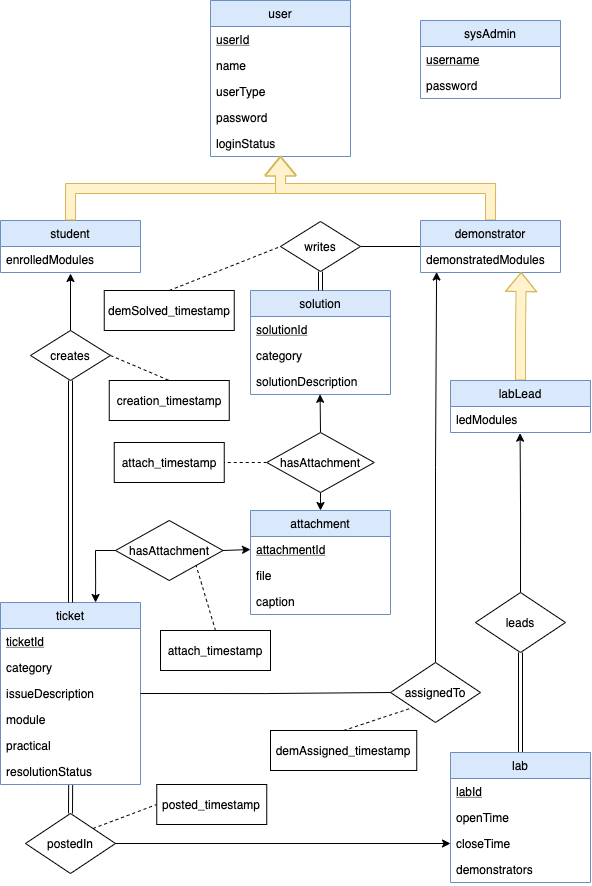
Earlier version of the draw.io export 7design/images/ER.png (mrjackmclean/managingLabsWriteUp). Source tidied: cells renumbered, new cells last; positions are measured from the earlier drawing's top-left corner, leaving out a move shared by most shapes.
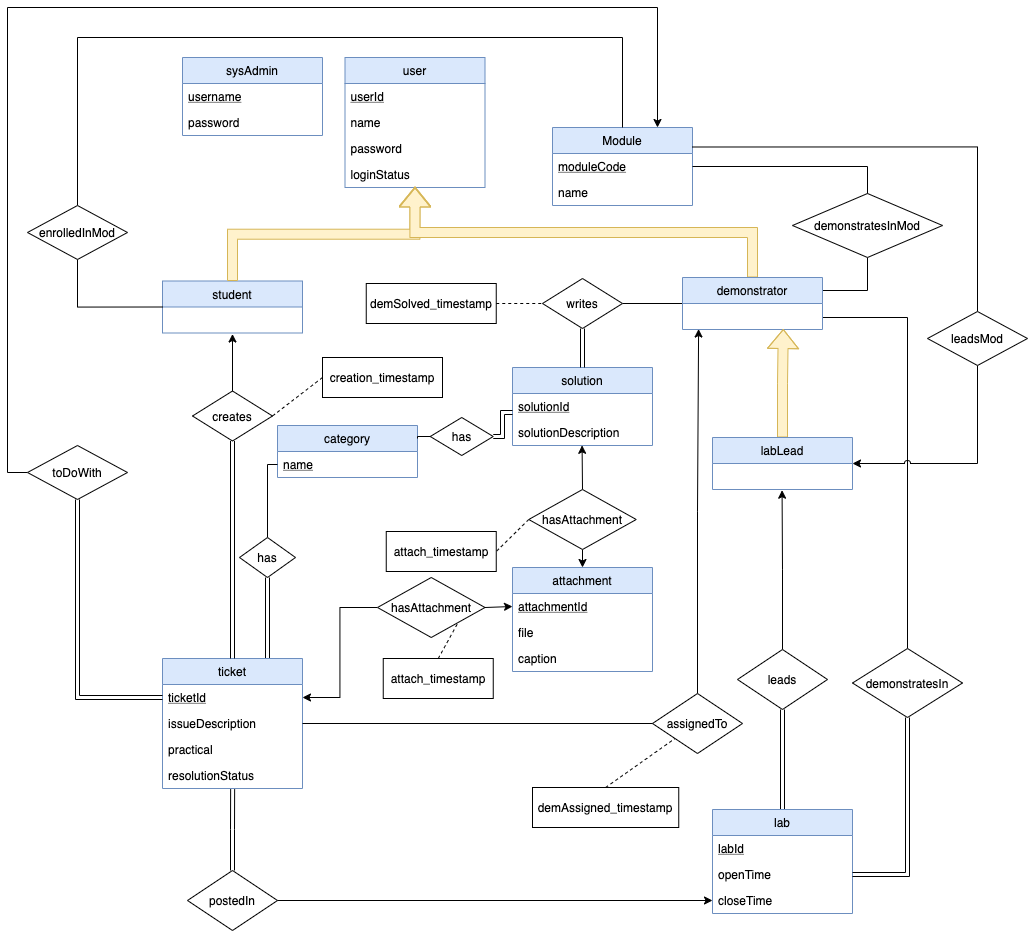
Later version of the same file.

Diff of the diagram source:
```diff
@@ -5,9 +5,6 @@
     <mxCell id="2" value="student" style="swimlane;fontStyle=0;horizontal=1;startSize=26;fillColor=#dae8fc;strokeColor=#6c8ebf;" parent="1" vertex="1">
-      <mxGeometry y="220" width="140" height="52" as="geometry" />
+      <mxGeometry x="-100" y="223.5" width="140" height="52" as="geometry" />
     </mxCell>
-    <mxCell id="3" value="enrolledModules" style="text;strokeColor=none;fillColor=none;align=left;verticalAlign=top;spacingLeft=4;spacingRight=4;overflow=hidden;points=[[0,0.5],[1,0.5]];portConstraint=eastwest;" parent="2" vertex="1">
-      <mxGeometry y="26" width="140" height="26" as="geometry" />
-    </mxCell>
     <mxCell id="4" value="user" style="swimlane;fontStyle=0;horizontal=1;startSize=26;fillColor=#dae8fc;strokeColor=#6c8ebf;" parent="1" vertex="1">
-      <mxGeometry x="210" width="140" height="156" as="geometry" />
+      <mxGeometry x="82.5" width="140" height="130" as="geometry" />
     </mxCell>
@@ -19,10 +16,7 @@
     </mxCell>
-    <mxCell id="7" value="userType" style="text;strokeColor=none;fillColor=none;align=left;verticalAlign=top;spacingLeft=4;spacingRight=4;overflow=hidden;" parent="4" vertex="1">
-      <mxGeometry y="78" width="140" height="26" as="geometry" />
-    </mxCell>
     <mxCell id="8" value="password" style="text;strokeColor=none;fillColor=none;align=left;verticalAlign=top;spacingLeft=4;spacingRight=4;overflow=hidden;" parent="4" vertex="1">
-      <mxGeometry y="104" width="140" height="26" as="geometry" />
+      <mxGeometry y="78" width="140" height="26" as="geometry" />
     </mxCell>
     <mxCell id="9" value="loginStatus" style="text;strokeColor=none;fillColor=none;align=left;verticalAlign=top;spacingLeft=4;spacingRight=4;overflow=hidden;points=[[0,0.5],[1,0.5]];portConstraint=eastwest;" parent="4" vertex="1">
-      <mxGeometry y="130" width="140" height="26" as="geometry" />
+      <mxGeometry y="104" width="140" height="26" as="geometry" />
     </mxCell>
@@ -37,2 +31,10 @@
     </mxCell>
+    <mxCell id="73" style="edgeStyle=orthogonalEdgeStyle;rounded=0;jettySize=auto;html=1;entryX=0.5;entryY=0;entryDx=0;entryDy=0;endArrow=none;endFill=0;" parent="1" edge="1" target="86">
+      <mxGeometry relative="1" as="geometry">
+        <mxPoint x="560" y="260" as="sourcePoint" />
+      </mxGeometry>
+    </mxCell>
+    <mxCell id="74" style="edgeStyle=orthogonalEdgeStyle;rounded=0;jumpStyle=arc;jettySize=auto;html=1;exitX=1;exitY=0.25;exitDx=0;exitDy=0;entryX=0.5;entryY=1;entryDx=0;entryDy=0;startArrow=none;startFill=0;endArrow=none;endFill=0;" parent="1" edge="1" source="13" target="94">
+      <mxGeometry relative="1" as="geometry" />
+    </mxCell>
     <mxCell id="13" value="demonstrator" style="swimlane;fontStyle=0;horizontal=1;startSize=26;fillColor=#dae8fc;strokeColor=#6c8ebf;" parent="1" vertex="1">
@@ -40,8 +42,10 @@
     </mxCell>
-    <mxCell id="14" value="demonstratedModules" style="text;strokeColor=none;fillColor=none;align=left;verticalAlign=top;spacingLeft=4;spacingRight=4;overflow=hidden;points=[[0,0.5],[1,0.5]];portConstraint=eastwest;" parent="13" vertex="1">
-      <mxGeometry y="26" width="140" height="26" as="geometry" />
-    </mxCell>
-    <mxCell id="15" style="edgeStyle=orthogonalEdgeStyle;rounded=0;jettySize=auto;html=1;exitX=0.5;exitY=0;exitDx=0;exitDy=0;entryX=0.72;entryY=0.982;entryDx=0;entryDy=0;entryPerimeter=0;endArrow=block;endFill=0;shape=flexArrow;fillColor=#fff2cc;strokeColor=#d6b656;" parent="1" edge="1" source="16" target="14">
-      <mxGeometry relative="1" as="geometry" />
+    <mxCell id="15" style="edgeStyle=orthogonalEdgeStyle;rounded=0;jettySize=auto;html=1;exitX=0.5;exitY=0;exitDx=0;exitDy=0;entryX=0.72;entryY=0.982;entryDx=0;entryDy=0;entryPerimeter=0;endArrow=block;endFill=0;shape=flexArrow;fillColor=#fff2cc;strokeColor=#d6b656;" parent="1" edge="1" source="16">
+      <mxGeometry relative="1" as="geometry">
+        <mxPoint x="520.8" y="271.5" as="targetPoint" />
+      </mxGeometry>
     </mxCell>
+    <mxCell id="75" style="edgeStyle=orthogonalEdgeStyle;rounded=0;jettySize=auto;html=1;exitX=1;exitY=0.5;exitDx=0;exitDy=0;entryX=0.5;entryY=1;entryDx=0;entryDy=0;endArrow=none;endFill=0;jumpStyle=arc;startArrow=classic;startFill=1;" parent="1" edge="1" source="16" target="96">
+      <mxGeometry relative="1" as="geometry" />
+    </mxCell>
     <mxCell id="16" value="labLead" style="swimlane;fontStyle=0;horizontal=1;startSize=26;fillColor=#dae8fc;strokeColor=#6c8ebf;" parent="1" vertex="1">
@@ -49,7 +53,4 @@
     </mxCell>
-    <mxCell id="17" value="ledModules" style="text;strokeColor=none;fillColor=none;align=left;verticalAlign=top;spacingLeft=4;spacingRight=4;overflow=hidden;points=[[0,0.5],[1,0.5]];portConstraint=eastwest;" parent="16" vertex="1">
-      <mxGeometry y="26" width="140" height="26" as="geometry" />
-    </mxCell>
     <mxCell id="18" value="sysAdmin" style="swimlane;fontStyle=0;horizontal=1;startSize=26;fillColor=#dae8fc;strokeColor=#6c8ebf;" parent="1" vertex="1">
-      <mxGeometry x="420" y="20" width="140" height="78" as="geometry" />
+      <mxGeometry x="-80" width="140" height="78" as="geometry" />
     </mxCell>
@@ -61,7 +62,7 @@
     </mxCell>
-    <mxCell id="21" style="edgeStyle=orthogonalEdgeStyle;rounded=0;jettySize=auto;html=1;exitX=0.679;exitY=0;exitDx=0;exitDy=0;entryX=0;entryY=0.5;entryDx=0;entryDy=0;endArrow=none;endFill=0;exitPerimeter=0;startArrow=classic;startFill=1;" parent="1" edge="1" source="22" target="59">
-      <mxGeometry relative="1" as="geometry" />
-    </mxCell>
+    <mxCell id="76" style="edgeStyle=orthogonalEdgeStyle;rounded=0;jettySize=auto;html=1;exitX=0.75;exitY=0;exitDx=0;exitDy=0;entryX=0.5;entryY=1;entryDx=0;entryDy=0;endArrow=none;endFill=0;shape=link;" parent="1" edge="1" source="22" target="81">
+      <mxGeometry relative="1" as="geometry" />
+    </mxCell>
     <mxCell id="22" value="ticket" style="swimlane;fontStyle=0;horizontal=1;startSize=26;fillColor=#dae8fc;strokeColor=#6c8ebf;" parent="1" vertex="1">
-      <mxGeometry y="602" width="140" height="182" as="geometry" />
+      <mxGeometry x="-100" y="601" width="140" height="130" as="geometry" />
     </mxCell>
@@ -70,16 +71,10 @@
     </mxCell>
-    <mxCell id="24" value="category" style="text;strokeColor=none;fillColor=none;align=left;verticalAlign=top;spacingLeft=4;spacingRight=4;overflow=hidden;" parent="22" vertex="1">
-      <mxGeometry y="52" width="140" height="26" as="geometry" />
-    </mxCell>
     <mxCell id="25" value="issueDescription" style="text;strokeColor=none;fillColor=none;align=left;verticalAlign=top;spacingLeft=4;spacingRight=4;overflow=hidden;points=[[0,0.5],[1,0.5]];portConstraint=eastwest;" parent="22" vertex="1">
-      <mxGeometry y="78" width="140" height="26" as="geometry" />
+      <mxGeometry y="52" width="140" height="26" as="geometry" />
     </mxCell>
-    <mxCell id="26" value="module" style="text;strokeColor=none;fillColor=none;align=left;verticalAlign=top;spacingLeft=4;spacingRight=4;overflow=hidden;" parent="22" vertex="1">
-      <mxGeometry y="104" width="140" height="26" as="geometry" />
-    </mxCell>
     <mxCell id="27" value="practical" style="text;strokeColor=none;fillColor=none;align=left;verticalAlign=top;spacingLeft=4;spacingRight=4;overflow=hidden;" parent="22" vertex="1">
-      <mxGeometry y="130" width="140" height="26" as="geometry" />
+      <mxGeometry y="78" width="140" height="26" as="geometry" />
     </mxCell>
     <mxCell id="28" value="resolutionStatus" style="text;strokeColor=none;fillColor=none;align=left;verticalAlign=top;spacingLeft=4;spacingRight=4;overflow=hidden;points=[[0,0.5],[1,0.5]];portConstraint=eastwest;" parent="22" vertex="1">
-      <mxGeometry y="156" width="140" height="26" as="geometry" />
+      <mxGeometry y="104" width="140" height="26" as="geometry" />
     </mxCell>
@@ -101,3 +96,3 @@
     <mxCell id="34" value="lab" style="swimlane;fontStyle=0;horizontal=1;startSize=26;fillColor=#dae8fc;strokeColor=#6c8ebf;" parent="1" vertex="1">
-      <mxGeometry x="450" y="752" width="140" height="130" as="geometry" />
+      <mxGeometry x="450" y="752" width="140" height="104" as="geometry" />
     </mxCell>
@@ -112,7 +107,4 @@
     </mxCell>
-    <mxCell id="38" value="demonstrators" style="text;strokeColor=none;fillColor=none;align=left;verticalAlign=top;spacingLeft=4;spacingRight=4;overflow=hidden;" parent="34" vertex="1">
-      <mxGeometry y="104" width="140" height="26" as="geometry" />
-    </mxCell>
     <mxCell id="39" value="solution" style="swimlane;fontStyle=0;horizontal=1;startSize=26;fillColor=#dae8fc;strokeColor=#6c8ebf;" parent="1" vertex="1">
-      <mxGeometry x="250" y="290" width="140" height="104" as="geometry" />
+      <mxGeometry x="250" y="310" width="140" height="78" as="geometry" />
     </mxCell>
@@ -121,10 +113,9 @@
     </mxCell>
-    <mxCell id="41" value="category" style="text;strokeColor=none;fillColor=none;align=left;verticalAlign=top;spacingLeft=4;spacingRight=4;overflow=hidden;" parent="39" vertex="1">
-      <mxGeometry y="52" width="140" height="26" as="geometry" />
-    </mxCell>
     <mxCell id="42" value="solutionDescription" style="text;strokeColor=none;fillColor=none;align=left;verticalAlign=top;spacingLeft=4;spacingRight=4;overflow=hidden;points=[[0,0.5],[1,0.5]];portConstraint=eastwest;" parent="39" vertex="1">
-      <mxGeometry y="78" width="140" height="26" as="geometry" />
+      <mxGeometry y="52" width="140" height="26" as="geometry" />
     </mxCell>
-    <mxCell id="43" style="edgeStyle=orthogonalEdgeStyle;rounded=0;jettySize=auto;html=1;exitX=0.5;exitY=0;exitDx=0;exitDy=0;entryX=0.5;entryY=1.038;entryDx=0;entryDy=0;entryPerimeter=0;endArrow=classic;endFill=1;" parent="1" edge="1" source="46" target="3">
-      <mxGeometry relative="1" as="geometry" />
+    <mxCell id="43" style="edgeStyle=orthogonalEdgeStyle;rounded=0;jettySize=auto;html=1;exitX=0.5;exitY=0;exitDx=0;exitDy=0;entryX=0.5;entryY=1.038;entryDx=0;entryDy=0;entryPerimeter=0;endArrow=classic;endFill=1;" parent="1" edge="1" source="46">
+      <mxGeometry relative="1" as="geometry">
+        <mxPoint x="-30" y="276.5" as="targetPoint" />
+      </mxGeometry>
     </mxCell>
@@ -133,3 +124,3 @@
     </mxCell>
-    <mxCell id="45" style="edgeStyle=none;rounded=0;jettySize=auto;html=1;exitX=1;exitY=0.5;exitDx=0;exitDy=0;entryX=0.5;entryY=0;entryDx=0;entryDy=0;dashed=1;endArrow=none;endFill=0;" parent="1" edge="1" source="46" target="47">
+    <mxCell id="45" style="edgeStyle=none;rounded=0;jettySize=auto;html=1;exitX=1;exitY=0.5;exitDx=0;exitDy=0;entryX=0;entryY=0.5;entryDx=0;entryDy=0;dashed=1;endArrow=none;endFill=0;" parent="1" edge="1" source="46" target="47">
       <mxGeometry relative="1" as="geometry" />
@@ -137,12 +128,14 @@
     <mxCell id="46" value="creates" style="rhombus;whiteSpace=wrap;html=1;" parent="1" vertex="1">
-      <mxGeometry x="30" y="330" width="80" height="50" as="geometry" />
+      <mxGeometry x="-70" y="333.5" width="80" height="50" as="geometry" />
     </mxCell>
     <mxCell id="47" value="creation_timestamp" style="rounded=0;whiteSpace=wrap;html=1;" parent="1" vertex="1">
-      <mxGeometry x="108.8" y="380" width="120" height="40" as="geometry" />
+      <mxGeometry x="60" y="300" width="120" height="40" as="geometry" />
     </mxCell>
-    <mxCell id="48" style="edgeStyle=orthogonalEdgeStyle;rounded=0;jettySize=auto;html=1;exitX=0.5;exitY=0;exitDx=0;exitDy=0;entryX=0.115;entryY=0.982;entryDx=0;entryDy=0;entryPerimeter=0;endArrow=classic;endFill=1;startArrow=none;startFill=0;" parent="1" edge="1" source="49" target="14">
-      <mxGeometry relative="1" as="geometry" />
+    <mxCell id="48" style="edgeStyle=orthogonalEdgeStyle;rounded=0;jettySize=auto;html=1;exitX=0.5;exitY=0;exitDx=0;exitDy=0;entryX=0.115;entryY=0.982;entryDx=0;entryDy=0;entryPerimeter=0;endArrow=classic;endFill=1;startArrow=none;startFill=0;" parent="1" edge="1" source="49">
+      <mxGeometry relative="1" as="geometry">
+        <mxPoint x="436.1" y="271.5" as="targetPoint" />
+      </mxGeometry>
     </mxCell>
     <mxCell id="49" value="assignedTo" style="rhombus;whiteSpace=wrap;html=1;" parent="1" vertex="1">
-      <mxGeometry x="390" y="662" width="90" height="60" as="geometry" />
+      <mxGeometry x="390" y="636" width="90" height="60" as="geometry" />
     </mxCell>
@@ -151,4 +144,6 @@
     </mxCell>
-    <mxCell id="51" style="edgeStyle=orthogonalEdgeStyle;rounded=0;jettySize=auto;html=1;exitX=0.5;exitY=0;exitDx=0;exitDy=0;entryX=0.497;entryY=1.027;entryDx=0;entryDy=0;entryPerimeter=0;endArrow=classic;endFill=1;" parent="1" edge="1" source="52" target="17">
-      <mxGeometry relative="1" as="geometry" />
+    <mxCell id="51" style="edgeStyle=orthogonalEdgeStyle;rounded=0;jettySize=auto;html=1;exitX=0.5;exitY=0;exitDx=0;exitDy=0;entryX=0.497;entryY=1.027;entryDx=0;entryDy=0;entryPerimeter=0;endArrow=classic;endFill=1;" parent="1" edge="1" source="52">
+      <mxGeometry relative="1" as="geometry">
+        <mxPoint x="519.6" y="432.7" as="targetPoint" />
+      </mxGeometry>
     </mxCell>
@@ -160,7 +155,4 @@
     </mxCell>
-    <mxCell id="54" style="edgeStyle=none;rounded=0;jettySize=auto;html=1;exitX=1;exitY=0;exitDx=0;exitDy=0;entryX=0;entryY=0.5;entryDx=0;entryDy=0;dashed=1;endArrow=none;endFill=0;" parent="1" edge="1" source="55" target="70">
-      <mxGeometry relative="1" as="geometry" />
-    </mxCell>
     <mxCell id="55" value="postedIn" style="rhombus;whiteSpace=wrap;html=1;" parent="1" vertex="1">
-      <mxGeometry x="25" y="813" width="90" height="60" as="geometry" />
+      <mxGeometry x="-75" y="813" width="90" height="60" as="geometry" />
     </mxCell>
@@ -175,2 +167,5 @@
     </mxCell>
+    <mxCell id="77" style="edgeStyle=orthogonalEdgeStyle;rounded=0;jettySize=auto;html=1;exitX=0;exitY=0.5;exitDx=0;exitDy=0;entryX=1;entryY=0.5;entryDx=0;entryDy=0;" parent="1" edge="1" source="59" target="23">
+      <mxGeometry relative="1" as="geometry" />
+    </mxCell>
     <mxCell id="59" value="hasAttachment" style="rhombus;whiteSpace=wrap;html=1;" parent="1" vertex="1">
@@ -182,3 +177,3 @@
     <mxCell id="61" value="attach_timestamp" style="rounded=0;whiteSpace=wrap;html=1;" parent="1" vertex="1">
-      <mxGeometry x="160" y="630" width="110" height="40" as="geometry" />
+      <mxGeometry x="120.8" y="601" width="110" height="40" as="geometry" />
     </mxCell>
@@ -200,3 +195,3 @@
     <mxCell id="67" value="attach_timestamp" style="rounded=0;whiteSpace=wrap;html=1;" parent="1" vertex="1">
-      <mxGeometry x="113.8" y="442" width="110" height="40" as="geometry" />
+      <mxGeometry x="123.8" y="474" width="110" height="40" as="geometry" />
     </mxCell>
@@ -208,6 +203,3 @@
     </mxCell>
-    <mxCell id="70" value="posted_timestamp" style="rounded=0;whiteSpace=wrap;html=1;" parent="1" vertex="1">
-      <mxGeometry x="156.2" y="784" width="110" height="40" as="geometry" />
-    </mxCell>
-    <mxCell id="71" style="edgeStyle=none;rounded=0;jettySize=auto;html=1;exitX=0.5;exitY=0;exitDx=0;exitDy=0;entryX=0;entryY=0.5;entryDx=0;entryDy=0;dashed=1;endArrow=none;endFill=0;" parent="1" edge="1" source="72" target="58">
+    <mxCell id="71" style="edgeStyle=none;rounded=0;jettySize=auto;html=1;exitX=1;exitY=0.5;exitDx=0;exitDy=0;entryX=0;entryY=0.5;entryDx=0;entryDy=0;dashed=1;endArrow=none;endFill=0;" parent="1" edge="1" source="72" target="58">
       <mxGeometry relative="1" as="geometry" />
@@ -215,4 +207,91 @@
     <mxCell id="72" value="demSolved_timestamp" style="rounded=0;whiteSpace=wrap;html=1;" parent="1" vertex="1">
-      <mxGeometry x="103.8" y="290" width="130" height="40" as="geometry" />
+      <mxGeometry x="103.8" y="226" width="130" height="40" as="geometry" />
     </mxCell>
+    <mxCell id="78" value="category" style="swimlane;fontStyle=0;horizontal=1;startSize=26;fillColor=#dae8fc;strokeColor=#6c8ebf;" parent="1" vertex="1">
+      <mxGeometry x="15" y="368" width="140" height="52" as="geometry" />
+    </mxCell>
+    <mxCell id="79" value="name" style="text;strokeColor=none;fillColor=none;align=left;verticalAlign=top;spacingLeft=4;spacingRight=4;overflow=hidden;points=[[0,0.5],[1,0.5]];portConstraint=eastwest;fontStyle=4;" parent="78" vertex="1">
+      <mxGeometry y="26" width="140" height="26" as="geometry" />
+    </mxCell>
+    <mxCell id="80" style="edgeStyle=orthogonalEdgeStyle;rounded=0;jettySize=auto;html=1;exitX=0.5;exitY=0;exitDx=0;exitDy=0;entryX=0;entryY=0.5;entryDx=0;entryDy=0;endArrow=none;endFill=0;" parent="1" edge="1" source="81" target="79">
+      <mxGeometry relative="1" as="geometry">
+        <Array as="points">
+          <mxPoint x="5" y="407" />
+        </Array>
+      </mxGeometry>
+    </mxCell>
+    <mxCell id="81" value="has" style="rhombus;whiteSpace=wrap;html=1;" parent="1" vertex="1">
+      <mxGeometry x="-23" y="480" width="56" height="40" as="geometry" />
+    </mxCell>
+    <mxCell id="82" style="edgeStyle=orthogonalEdgeStyle;rounded=0;jettySize=auto;html=1;exitX=1;exitY=0.5;exitDx=0;exitDy=0;entryX=0;entryY=0.5;entryDx=0;entryDy=0;endArrow=none;endFill=0;shape=link;" parent="1" edge="1" source="84">
+      <mxGeometry relative="1" as="geometry">
+        <mxPoint x="250" y="355" as="targetPoint" />
+        <Array as="points">
+          <mxPoint x="240" y="379" />
+          <mxPoint x="240" y="355" />
+        </Array>
+      </mxGeometry>
+    </mxCell>
+    <mxCell id="83" style="edgeStyle=orthogonalEdgeStyle;rounded=0;jettySize=auto;html=1;exitX=0;exitY=0.5;exitDx=0;exitDy=0;entryX=1;entryY=0.25;entryDx=0;entryDy=0;endArrow=none;endFill=0;" parent="1" edge="1" source="84" target="78">
+      <mxGeometry relative="1" as="geometry" />
+    </mxCell>
+    <mxCell id="84" value="has" style="rhombus;whiteSpace=wrap;html=1;" parent="1" vertex="1">
+      <mxGeometry x="167.8" y="360" width="63" height="38" as="geometry" />
+    </mxCell>
+    <mxCell id="85" style="edgeStyle=orthogonalEdgeStyle;rounded=0;jettySize=auto;html=1;exitX=0.5;exitY=1;exitDx=0;exitDy=0;entryX=1;entryY=0.5;entryDx=0;entryDy=0;endArrow=none;endFill=0;shape=link;" parent="1" edge="1" source="86" target="36">
+      <mxGeometry relative="1" as="geometry" />
+    </mxCell>
+    <mxCell id="86" value="demonstratesIn" style="rhombus;whiteSpace=wrap;html=1;" parent="1" vertex="1">
+      <mxGeometry x="590" y="591" width="110" height="69" as="geometry" />
+    </mxCell>
+    <mxCell id="87" style="edgeStyle=orthogonalEdgeStyle;rounded=0;jettySize=auto;html=1;exitX=0.75;exitY=0;exitDx=0;exitDy=0;entryX=0;entryY=0.5;entryDx=0;entryDy=0;endArrow=none;endFill=0;startArrow=classic;startFill=1;" parent="1" edge="1" source="88" target="99">
+      <mxGeometry relative="1" as="geometry">
+        <Array as="points">
+          <mxPoint x="395" y="-50" />
+          <mxPoint x="-255" y="-50" />
+          <mxPoint x="-255" y="415" />
+        </Array>
+      </mxGeometry>
+    </mxCell>
+    <mxCell id="88" value="Module" style="swimlane;fontStyle=0;horizontal=1;startSize=26;fillColor=#dae8fc;strokeColor=#6c8ebf;" parent="1" vertex="1">
+      <mxGeometry x="290" y="70" width="140" height="78" as="geometry" />
+    </mxCell>
+    <mxCell id="89" value="moduleCode" style="text;strokeColor=none;fillColor=none;align=left;verticalAlign=top;spacingLeft=4;spacingRight=4;overflow=hidden;points=[[0,0.5],[1,0.5]];portConstraint=eastwest;fontStyle=4;" parent="88" vertex="1">
+      <mxGeometry y="26" width="140" height="26" as="geometry" />
+    </mxCell>
+    <mxCell id="90" value="name" style="text;strokeColor=none;fillColor=none;align=left;verticalAlign=top;spacingLeft=4;spacingRight=4;overflow=hidden;fontStyle=0;" parent="88" vertex="1">
+      <mxGeometry y="52" width="140" height="26" as="geometry" />
+    </mxCell>
+    <mxCell id="91" style="edgeStyle=orthogonalEdgeStyle;rounded=0;jumpStyle=arc;jettySize=auto;html=1;exitX=0.5;exitY=0;exitDx=0;exitDy=0;entryX=0.5;entryY=0;entryDx=0;entryDy=0;startArrow=none;startFill=0;endArrow=none;endFill=0;" parent="1" edge="1" source="93" target="88">
+      <mxGeometry relative="1" as="geometry">
+        <Array as="points">
+          <mxPoint x="-185" y="-20" />
+          <mxPoint x="360" y="-20" />
+        </Array>
+      </mxGeometry>
+    </mxCell>
+    <mxCell id="92" style="edgeStyle=orthogonalEdgeStyle;rounded=0;jumpStyle=arc;jettySize=auto;html=1;exitX=0.5;exitY=1;exitDx=0;exitDy=0;entryX=0;entryY=0.5;entryDx=0;entryDy=0;startArrow=none;startFill=0;endArrow=none;endFill=0;" parent="1" edge="1" source="93" target="2">
+      <mxGeometry relative="1" as="geometry" />
+    </mxCell>
+    <mxCell id="93" value="enrolledInMod" style="rhombus;whiteSpace=wrap;html=1;" parent="1" vertex="1">
+      <mxGeometry x="-235" y="148" width="100" height="54" as="geometry" />
+    </mxCell>
+    <mxCell id="94" value="demonstratesInMod" style="rhombus;whiteSpace=wrap;html=1;" parent="1" vertex="1">
+      <mxGeometry x="530" y="136" width="150" height="64" as="geometry" />
+    </mxCell>
+    <mxCell id="95" style="edgeStyle=orthogonalEdgeStyle;rounded=0;jumpStyle=arc;jettySize=auto;html=1;exitX=0.5;exitY=0;exitDx=0;exitDy=0;entryX=1;entryY=0.25;entryDx=0;entryDy=0;endArrow=none;endFill=0;" parent="1" edge="1" source="96" target="88">
+      <mxGeometry relative="1" as="geometry" />
+    </mxCell>
+    <mxCell id="96" value="leadsMod" style="rhombus;whiteSpace=wrap;html=1;" parent="1" vertex="1">
+      <mxGeometry x="665" y="254" width="100" height="54" as="geometry" />
+    </mxCell>
+    <mxCell id="97" style="edgeStyle=orthogonalEdgeStyle;rounded=0;jumpStyle=arc;jettySize=auto;html=1;exitX=1;exitY=0.5;exitDx=0;exitDy=0;entryX=0.5;entryY=0;entryDx=0;entryDy=0;startArrow=none;startFill=0;endArrow=none;endFill=0;" parent="1" edge="1" source="89" target="94">
+      <mxGeometry relative="1" as="geometry" />
+    </mxCell>
+    <mxCell id="98" style="edgeStyle=orthogonalEdgeStyle;rounded=0;jettySize=auto;html=1;exitX=0.5;exitY=1;exitDx=0;exitDy=0;entryX=0;entryY=0.5;entryDx=0;entryDy=0;endArrow=none;endFill=0;shape=link;" parent="1" edge="1" source="99" target="23">
+      <mxGeometry relative="1" as="geometry" />
+    </mxCell>
+    <mxCell id="99" value="toDoWith" style="rhombus;whiteSpace=wrap;html=1;" parent="1" vertex="1">
+      <mxGeometry x="-235" y="388" width="100" height="54" as="geometry" />
+    </mxCell>
   </root>
```
